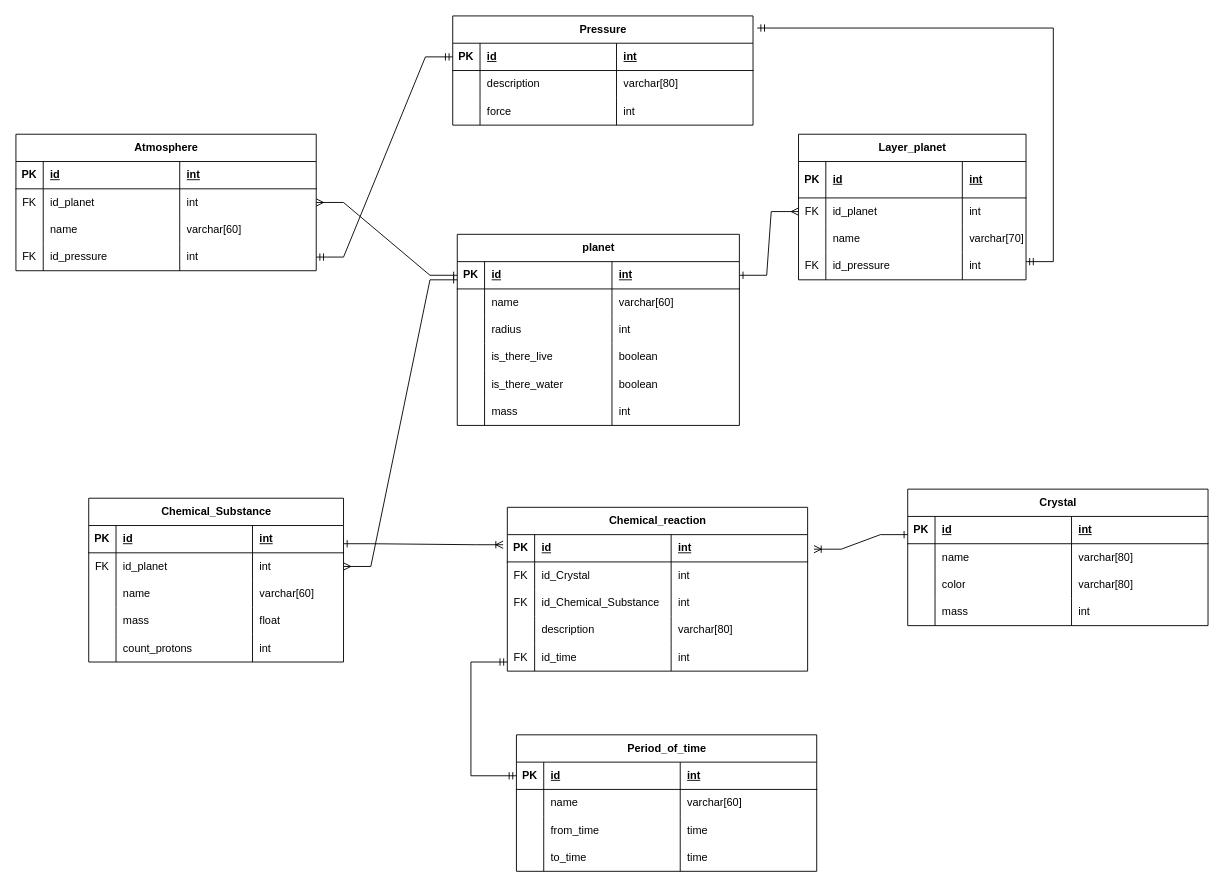
The draw.io diagram e.drawio in Timur312o4/Data-base, before the edit. Source tidied: cells renumbered, new cells numbered last; positions are measured from the earlier drawing's top-left corner, leaving out a move shared by most shapes. Both pictures are drawn from the tidied source at 91%, with x=0, y=0 at pixel (15, 15).
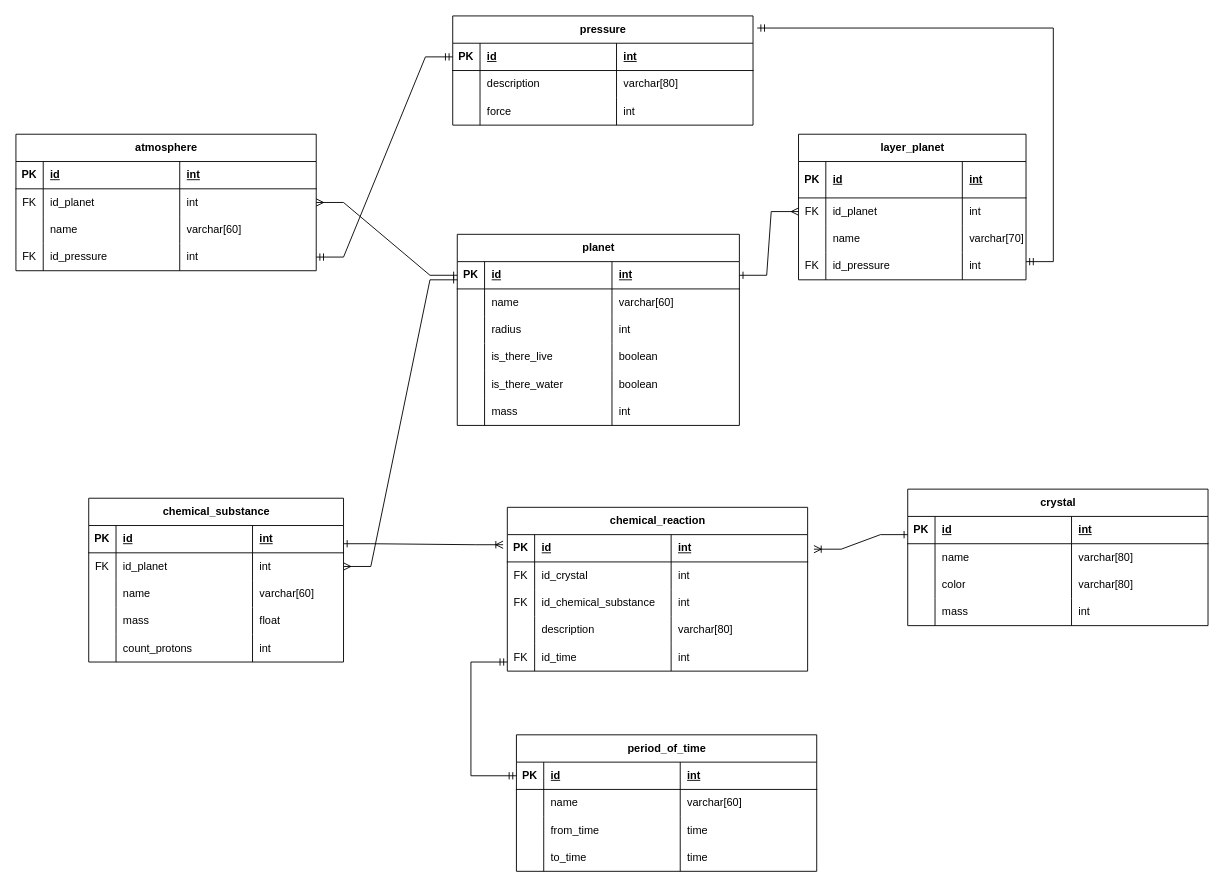
The same page after the edit.

Unchanged cells that the change refers to:
```xml
<mxCell id="101" style="shape=tableRow;horizontal=0;startSize=0;swimlaneHead=0;swimlaneBody=0;fillColor=none;top=0;left=0;right=0;bottom=0;" parent="96" vertex="1">
  <mxGeometry y="60" width="330" height="30" as="geometry" />
</mxCell>
<mxCell id="105" style="shape=tableRow;horizontal=0;startSize=0;swimlaneHead=0;swimlaneBody=0;fillColor=none;top=0;left=0;right=0;bottom=0;" parent="96" vertex="1">
  <mxGeometry y="90" width="330" height="30" as="geometry" />
</mxCell>
```

Diff of the diagram source:
```diff
@@
-    <mxCell id="28" value="Pressure" style="shape=table;startSize=30;childLayout=tableLayout;rowLines=0;fontStyle=1;align=center;html=1;" parent="1" vertex="1">
+    <mxCell id="28" value="pressure" style="shape=table;startSize=30;childLayout=tableLayout;rowLines=0;fontStyle=1;align=center;html=1;" parent="1" vertex="1">
       <mxGeometry x="480" width="330" height="120" as="geometry" />
     </mxCell>
@@
-    <mxCell id="41" value="Layer_planet" style="shape=table;startSize=30;childLayout=tableLayout;rowLines=0;fontStyle=1;align=center;html=1;" parent="1" vertex="1">
+    <mxCell id="41" value="layer_planet" style="shape=table;startSize=30;childLayout=tableLayout;rowLines=0;fontStyle=1;align=center;html=1;" parent="1" vertex="1">
       <mxGeometry x="860" y="130" width="250" height="160" as="geometry" />
     </mxCell>
@@
-    <mxCell id="58" value="Atmosphere" style="shape=table;startSize=30;childLayout=tableLayout;rowLines=0;fontStyle=1;align=center;html=1;" parent="1" vertex="1">
+    <mxCell id="58" value="atmosphere" style="shape=table;startSize=30;childLayout=tableLayout;rowLines=0;fontStyle=1;align=center;html=1;" parent="1" vertex="1">
       <mxGeometry y="130" width="330" height="150" as="geometry" />
     </mxCell>
@@
-    <mxCell id="75" value="Chemical_Substance" style="shape=table;startSize=30;childLayout=tableLayout;rowLines=0;fontStyle=1;align=center;html=1;" parent="1" vertex="1">
+    <mxCell id="75" value="chemical_substance" style="shape=table;startSize=30;childLayout=tableLayout;rowLines=0;fontStyle=1;align=center;html=1;" parent="1" vertex="1">
       <mxGeometry x="80" y="530" width="280" height="180" as="geometry" />
     </mxCell>
@@
-    <mxCell id="96" value="Chemical_reaction" style="shape=table;startSize=30;childLayout=tableLayout;rowLines=0;fontStyle=1;align=center;html=1;" parent="1" vertex="1">
+    <mxCell id="96" value="chemical_reaction" style="shape=table;startSize=30;childLayout=tableLayout;rowLines=0;fontStyle=1;align=center;html=1;" parent="1" vertex="1">
       <mxGeometry x="540" y="540" width="330" height="180" as="geometry" />
     </mxCell>
@@
-    <mxCell id="103" value="id_Crystal" style="shape=partialRectangle;fillColor=none;top=0;left=0;bottom=0;right=0;align=left;spacingLeft=6;overflow=hidden;whiteSpace=wrap;html=1;" parent="101" vertex="1">
+    <mxCell id="103" value="id_crystal" style="shape=partialRectangle;fillColor=none;top=0;left=0;bottom=0;right=0;align=left;spacingLeft=6;overflow=hidden;whiteSpace=wrap;html=1;" parent="101" vertex="1">
       <mxGeometry x="30" width="150" height="30" as="geometry" />
     </mxCell>
@@
-    <mxCell id="107" value="id_Chemical_Substance" style="shape=partialRectangle;fillColor=none;top=0;left=0;bottom=0;right=0;align=left;spacingLeft=6;overflow=hidden;whiteSpace=wrap;html=1;" parent="105" vertex="1">
+    <mxCell id="107" value="id_chemical_substance" style="shape=partialRectangle;fillColor=none;top=0;left=0;bottom=0;right=0;align=left;spacingLeft=6;overflow=hidden;whiteSpace=wrap;html=1;" parent="105" vertex="1">
       <mxGeometry x="30" width="150" height="30" as="geometry" />
     </mxCell>
@@
-    <mxCell id="117" value="Period_of_time" style="shape=table;startSize=30;childLayout=tableLayout;rowLines=0;fontStyle=1;align=center;html=1;" parent="1" vertex="1">
+    <mxCell id="117" value="period_of_time" style="shape=table;startSize=30;childLayout=tableLayout;rowLines=0;fontStyle=1;align=center;html=1;" parent="1" vertex="1">
       <mxGeometry x="550" y="790" width="330" height="150" as="geometry" />
     </mxCell>
@@
-    <mxCell id="134" value="Crystal" style="shape=table;startSize=30;childLayout=tableLayout;rowLines=0;fontStyle=1;align=center;html=1;" parent="1" vertex="1">
+    <mxCell id="134" value="crystal" style="shape=table;startSize=30;childLayout=tableLayout;rowLines=0;fontStyle=1;align=center;html=1;" parent="1" vertex="1">
       <mxGeometry x="980" y="520" width="330" height="150" as="geometry" />
     </mxCell>
```
